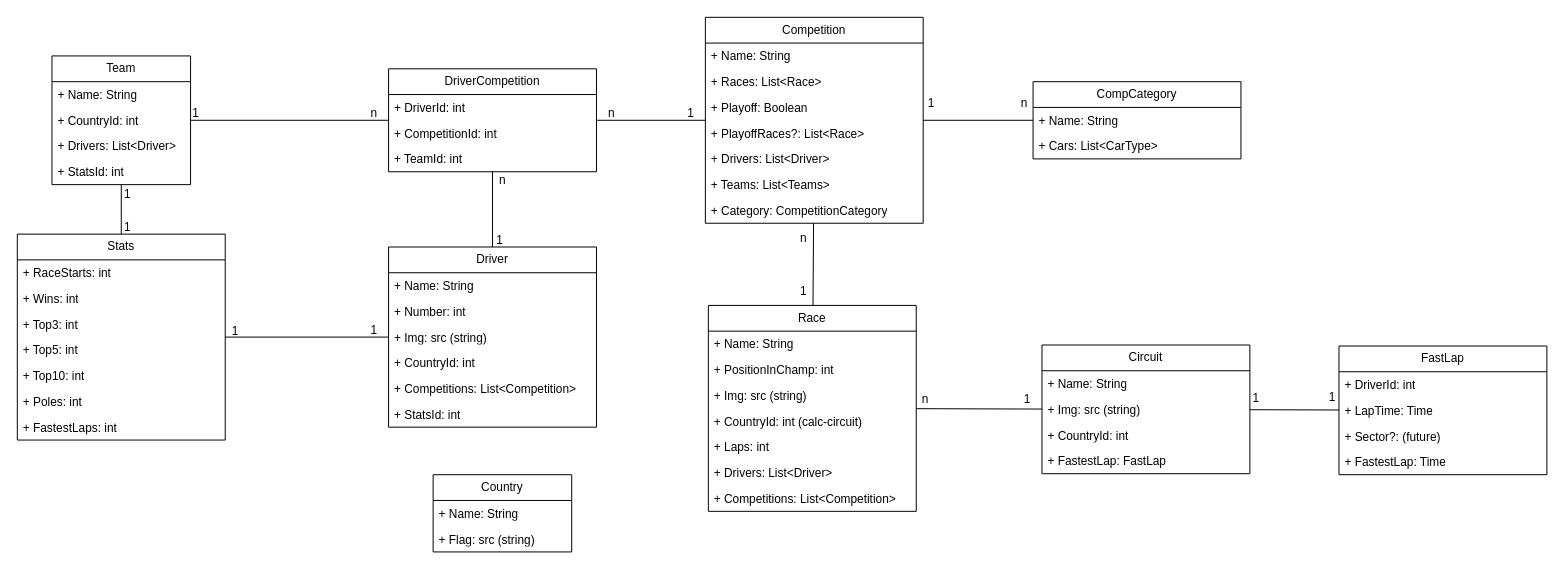
Above: UML.drawio in delriver/formula2 (draw.io), before the change. Source tidied: cells renumbered, new cells numbered last; positions are measured from the earlier drawing's top-left corner, leaving out a move shared by most shapes. Both pictures are drawn from the tidied source at 99%, with x=0, y=0 at pixel (17, 17).
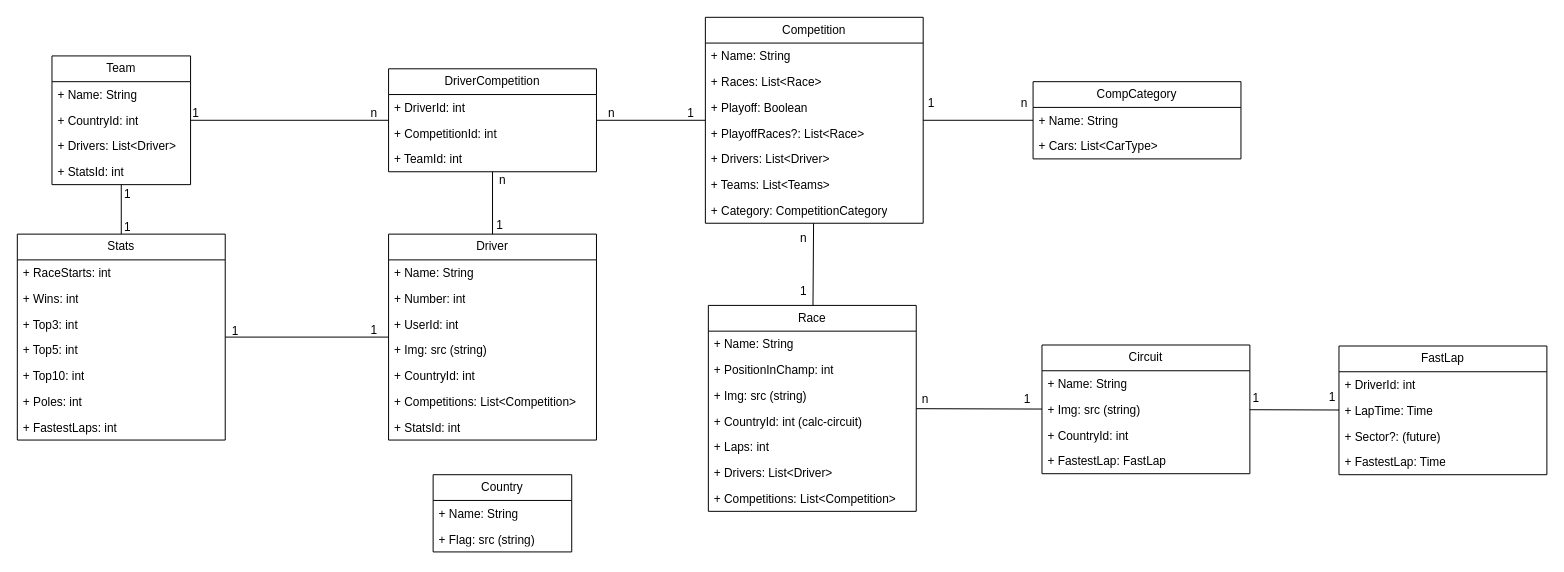
After the change.

What changed in the source:
```diff
@@
     <mxCell id="10" value="Driver" style="swimlane;fontStyle=0;horizontal=1;startSize=26;fillColor=none;whiteSpace=wrap;html=1;" parent="1" vertex="1">
-      <mxGeometry x="375" y="232" width="210" height="182" as="geometry" />
+      <mxGeometry x="375" y="219" width="210" height="208" as="geometry" />
     </mxCell>
@@
+    <mxCell id="85" value="+ UserId: int" style="text;strokeColor=none;fillColor=none;align=left;verticalAlign=top;spacingLeft=4;spacingRight=4;overflow=hidden;whiteSpace=wrap;html=1;" parent="10" vertex="1">
+      <mxGeometry y="78" width="210" height="26" as="geometry" />
+    </mxCell>
     <mxCell id="13" value="+ Img: src (string)" style="text;strokeColor=none;fillColor=none;align=left;verticalAlign=top;spacingLeft=4;spacingRight=4;overflow=hidden;whiteSpace=wrap;html=1;" parent="10" vertex="1">
-      <mxGeometry y="78" width="210" height="26" as="geometry" />
+      <mxGeometry y="104" width="210" height="26" as="geometry" />
     </mxCell>
     <mxCell id="14" value="+ CountryId: int" style="text;strokeColor=none;fillColor=none;align=left;verticalAlign=top;spacingLeft=4;spacingRight=4;overflow=hidden;whiteSpace=wrap;html=1;" parent="10" vertex="1">
-      <mxGeometry y="104" width="210" height="26" as="geometry" />
+      <mxGeometry y="130" width="210" height="26" as="geometry" />
     </mxCell>
     <mxCell id="15" value="+ Competitions: List&amp;lt;Competition&amp;gt;" style="text;strokeColor=none;fillColor=none;align=left;verticalAlign=top;spacingLeft=4;spacingRight=4;overflow=hidden;whiteSpace=wrap;html=1;" parent="10" vertex="1">
-      <mxGeometry y="130" width="210" height="26" as="geometry" />
+      <mxGeometry y="156" width="210" height="26" as="geometry" />
     </mxCell>
     <mxCell id="16" value="+ StatsId: int" style="text;strokeColor=none;fillColor=none;align=left;verticalAlign=top;spacingLeft=4;spacingRight=4;overflow=hidden;whiteSpace=wrap;html=1;" parent="10" vertex="1">
-      <mxGeometry y="156" width="210" height="26" as="geometry" />
+      <mxGeometry y="182" width="210" height="26" as="geometry" />
     </mxCell>
@@
     <mxCell id="46" value="1" style="text;html=1;align=center;verticalAlign=middle;strokeColor=none;fillColor=none;" parent="1" vertex="1">
-      <mxGeometry x="472" y="210" width="30" height="30" as="geometry" />
+      <mxGeometry x="472" y="195" width="30" height="30" as="geometry" />
     </mxCell>
```
